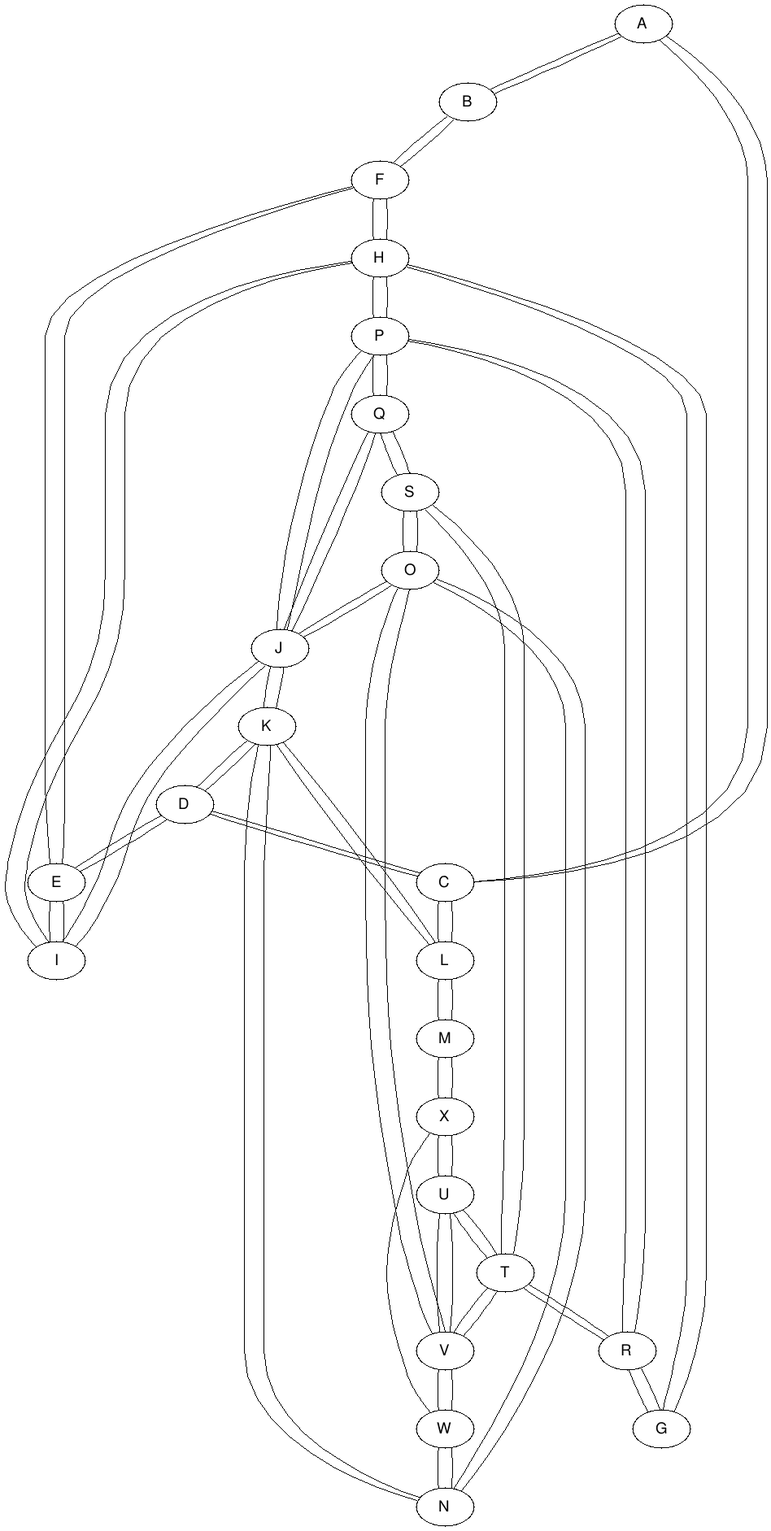
Earlier version of the Graphviz export networks/SF.png (maslab-ufrgs/TAP_GA_QL). Its source is kept beside it as networks/SF.dot.
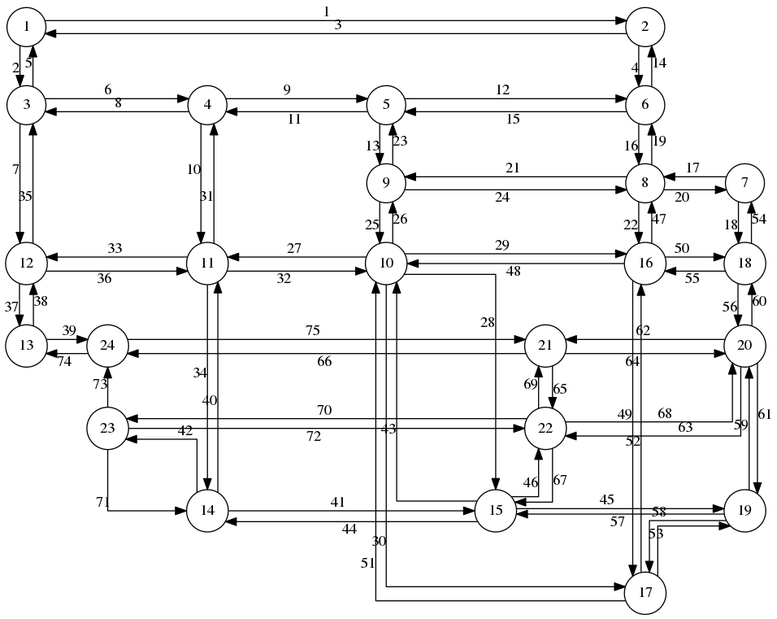
Later version of the same file.

Diff of the diagram source:
```diff
@@ -1,77 +1,87 @@
-graph siouxfalls {
- A -- B
- A -- C
- B -- A
- B -- F
- C -- A
- C -- D
- C -- L
- D -- C
- D -- E
- D -- K
- E -- D
- E -- F
- E -- I
- F -- B
- F -- E
- F -- H
- G -- H
- G -- R
- H -- F
- H -- G
- H -- I
- H -- P
- I -- E
- I -- H
- I -- J
- J -- I
- J -- K
- J -- O
- J -- P
- J -- Q
- K -- D
- K -- J
- K -- L
- K -- N
- L -- C
- L -- K
- L -- M
- M -- L
- M -- X
- N -- K
- N -- O
- N -- W
- O -- J
- O -- N
- O -- S
- O -- V
- P -- H
- P -- J
- P -- Q
- P -- R
- Q -- J
- Q -- P
- Q -- S
- R -- G
- R -- P
- R -- T
- S -- O
- S -- Q
- S -- T
- T -- R
- T -- S
- T -- U
- T -- V
- U -- T
- U -- V
- U -- X
- V -- O
- V -- T
- V -- U
- V -- W
- W -- N
- W -- V
- W -- X
- X -- M
- X -- U
+digraph siouxfalls {
+ graph[splines=ortho, nodesep=0.5]
+ node[shape=circle]
+ {rank=same; 1, 2}
+ {rank=same; 3, 4, 5 ,6}
+ {rank=same; 7, 8 ,9}
+ {rank=same; 10, 11, 12, 16, 18}
+ {rank=same; 14, 15, 19}
+ {rank=same; 22, 23}
+ {rank=same; 13, 24, 20, 21}
+
+ 1 -> 2 [xlabel=1]
+ 1 -> 3 [xlabel=2]
+ 2 -> 1 [xlabel=3]
+ 2 -> 6 [xlabel=4]
+ 3 -> 1 [xlabel=5]
+ 3 -> 4 [xlabel=6]
+ 3 -> 12 [xlabel=7]
+ 4 -> 3 [xlabel=8]
+ 4 -> 5 [xlabel=9]
+ 4 -> 11 [xlabel=10]
+ 5 -> 4 [xlabel=11]
+ 5 -> 6 [xlabel=12]
+ 5 -> 9 [xlabel=13]
+ 6 -> 2 [xlabel=14]
+ 6 -> 5 [xlabel=15]
+ 6 -> 8 [xlabel=16]
+ 7 -> 8 [xlabel=17]
+ 7 -> 18 [xlabel=18]
+ 8 -> 6 [xlabel=19]
+ 8 -> 7 [xlabel=20]
+ 8 -> 9 [xlabel=21]
+ 8 -> 16 [xlabel=22]
+ 9 -> 5 [xlabel=23]
+ 9 -> 8 [xlabel=24]
+ 9 -> 10 [xlabel=25]
+ 10 -> 9 [xlabel=26]
+ 10 -> 11 [xlabel=27]
+ 10 -> 15 [xlabel=28]
+ 10 -> 16 [xlabel=29]
+ 10 -> 17 [xlabel=30]
+ 11 -> 4 [xlabel=31]
+ 11 -> 10 [xlabel=32]
+ 11 -> 12 [xlabel=33]
+ 11 -> 14 [xlabel=34]
+ 12 -> 3 [xlabel=35]
+ 12 -> 11 [xlabel=36]
+ 12 -> 13 [xlabel=37]
+ 13 -> 12 [xlabel=38]
+ 13 -> 24 [xlabel=39]
+ 14 -> 11 [xlabel=40]
+ 14 -> 15 [xlabel=41]
+ 14 -> 23 [xlabel=42]
+ 15 -> 10 [xlabel=43]
+ 15 -> 14 [xlabel=44]
+ 15 -> 19 [xlabel=45]
+ 15 -> 22 [xlabel=46]
+ 16 -> 8 [xlabel=47]
+ 16 -> 10 [xlabel=48]
+ 16 -> 17 [xlabel=49]
+ 16 -> 18 [xlabel=50]
+ 17 -> 10 [xlabel=51]
+ 17 -> 16 [xlabel=52]
+ 17 -> 19 [xlabel=53]
+ 18 -> 7 [xlabel=54]
+ 18 -> 16 [xlabel=55]
+ 18 -> 20 [xlabel=56]
+ 19 -> 15 [xlabel=57]
+ 19 -> 17 [xlabel=58]
+ 19 -> 20 [xlabel=59]
+ 20 -> 18 [xlabel=60]
+ 20 -> 19 [xlabel=61]
+ 20 -> 21 [xlabel=62]
+ 20 -> 22 [xlabel=63]
+ 21 -> 20 [xlabel=64]
+ 21 -> 22 [xlabel=65]
+ 21 -> 24 [xlabel=66]
+ 22 -> 15 [xlabel=67]
+ 22 -> 20 [xlabel=68]
+ 22 -> 21 [xlabel=69]
+ 22 -> 23 [xlabel=70]
+ 23 -> 14 [xlabel=71]
+ 23 -> 22 [xlabel=72]
+ 23 -> 24 [xlabel=73]
+ 24 -> 13 [xlabel=74]
+ 24 -> 21 [xlabel=75]
 }
```
